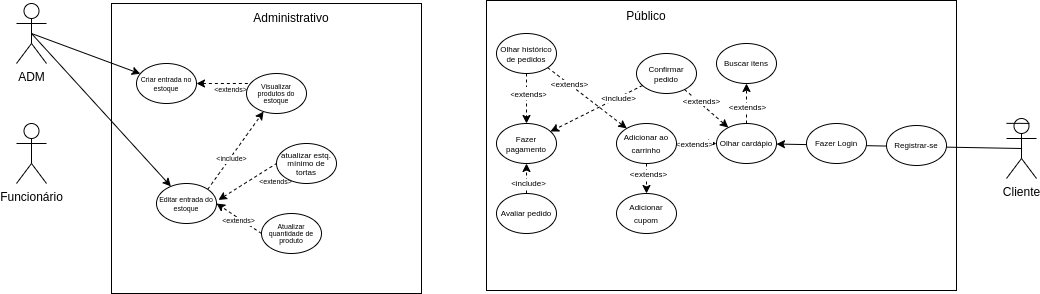
Earlier version of the draw.io export UC_d.drawio.png (FreelyTian/docs). Source tidied: cells renumbered, new cells last; positions are measured from the earlier drawing's top-left corner, leaving out a move shared by most shapes.
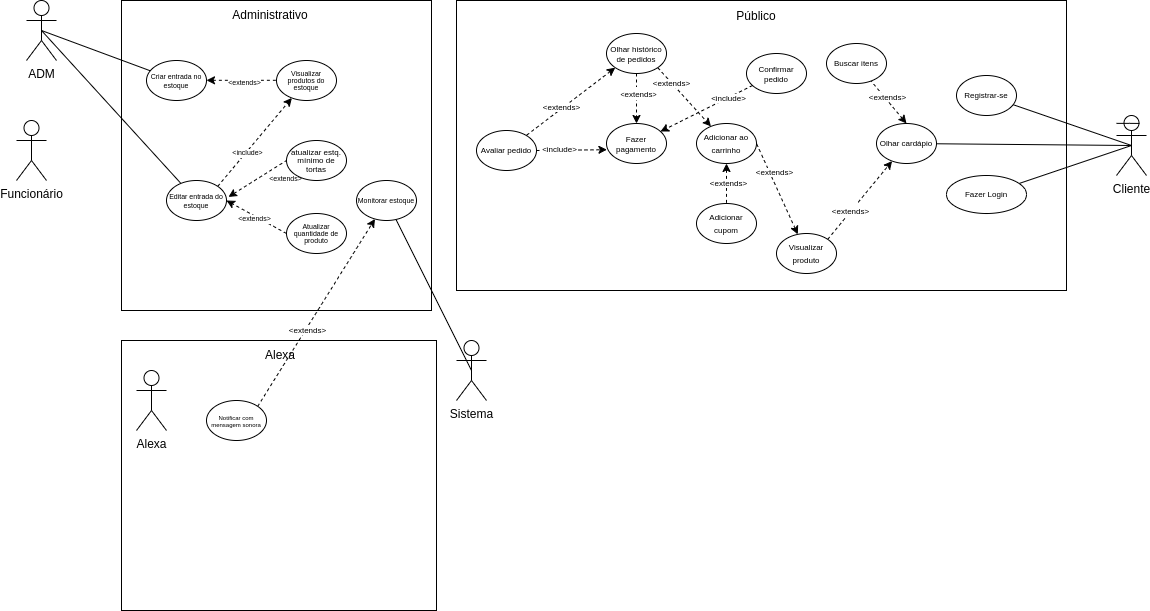
The same diagram one commit later.

The edit, as a diff of the source:
```diff
@@ -3,40 +3,47 @@
     <mxCell id="0" />
     <mxCell id="1" parent="0" />
     <mxCell id="2" style="rounded=0;whiteSpace=wrap;html=1;" parent="1" vertex="1">
-      <mxGeometry x="470" width="470" height="290" as="geometry" />
+      <mxGeometry x="430" y="3" width="610" height="290" as="geometry" />
     </mxCell>
     <mxCell id="3" style="rounded=0;whiteSpace=wrap;html=1;" parent="1" vertex="1">
-      <mxGeometry x="95" y="3" width="310" height="290" as="geometry" />
+      <mxGeometry x="95" y="3" width="310" height="310" as="geometry" />
     </mxCell>
-    <mxCell id="4" style="edgeStyle=none;rounded=0;jettySize=auto;html=1;exitX=0.5;exitY=0.5;exitDx=0;exitDy=0;exitPerimeter=0;fontSize=9;" parent="1" edge="1" source="6" target="15">
+    <mxCell id="4" style="edgeStyle=none;rounded=0;jettySize=auto;html=1;exitX=0.5;exitY=0.5;exitDx=0;exitDy=0;exitPerimeter=0;fontSize=9;endArrow=none;endFill=0;" parent="1" edge="1" source="6" target="15">
       <mxGeometry relative="1" as="geometry" />
     </mxCell>
-    <mxCell id="5" style="edgeStyle=none;rounded=0;jettySize=auto;html=1;exitX=0.5;exitY=0.5;exitDx=0;exitDy=0;exitPerimeter=0;fontSize=7;startArrow=none;startFill=0;endArrow=classic;endFill=1;" parent="1" edge="1" source="6" target="40">
+    <mxCell id="5" style="edgeStyle=none;rounded=0;jettySize=auto;html=1;exitX=0.5;exitY=0.5;exitDx=0;exitDy=0;exitPerimeter=0;fontSize=7;startArrow=none;startFill=0;endArrow=none;endFill=0;" parent="1" edge="1" source="6" target="40">
       <mxGeometry relative="1" as="geometry" />
     </mxCell>
     <mxCell id="6" value="ADM" style="shape=umlActor;verticalLabelPosition=bottom;verticalAlign=top;html=1;outlineConnect=0;" parent="1" vertex="1">
       <mxGeometry y="3" width="30" height="60" as="geometry" />
     </mxCell>
     <mxCell id="7" value="Funcionário" style="shape=umlActor;verticalLabelPosition=bottom;verticalAlign=top;html=1;" parent="1" vertex="1">
-      <mxGeometry y="123" width="30" height="60" as="geometry" />
+      <mxGeometry x="-10" y="123" width="30" height="60" as="geometry" />
     </mxCell>
-    <mxCell id="8" style="edgeStyle=none;rounded=0;jettySize=auto;html=1;exitX=0.5;exitY=0.5;exitDx=0;exitDy=0;exitPerimeter=0;fontSize=8;startArrow=none;startFill=0;endArrow=classic;endFill=1;" parent="1" edge="1" source="9" target="22">
+    <mxCell id="8" style="edgeStyle=none;rounded=0;jettySize=auto;html=1;exitX=0.5;exitY=0.5;exitDx=0;exitDy=0;exitPerimeter=0;fontSize=8;startArrow=none;startFill=0;endArrow=none;endFill=0;" parent="1" edge="1" source="9" target="22">
       <mxGeometry relative="1" as="geometry" />
     </mxCell>
+    <mxCell id="51" style="rounded=0;jettySize=auto;html=1;exitX=0.5;exitY=0.5;exitDx=0;exitDy=0;exitPerimeter=0;endArrow=none;endFill=0;" parent="1" edge="1" source="9" target="49">
+      <mxGeometry relative="1" as="geometry" />
+    </mxCell>
+    <mxCell id="52" style="edgeStyle=none;rounded=0;jettySize=auto;html=1;exitX=0.5;exitY=0.5;exitDx=0;exitDy=0;exitPerimeter=0;endArrow=none;endFill=0;" parent="1" edge="1" source="9" target="50">
+      <mxGeometry relative="1" as="geometry" />
+    </mxCell>
     <mxCell id="9" value="Cliente&lt;br&gt;" style="shape=umlActor;verticalLabelPosition=bottom;verticalAlign=top;html=1;outlineConnect=0;" parent="1" vertex="1">
-      <mxGeometry x="990" y="118" width="30" height="60" as="geometry" />
+      <mxGeometry x="1090" y="118" width="30" height="60" as="geometry" />
     </mxCell>
     <mxCell id="10" value="Administrativo" style="text;html=1;strokeColor=none;fillColor=none;align=center;verticalAlign=middle;whiteSpace=wrap;rounded=0;" parent="1" vertex="1">
-      <mxGeometry x="245" y="3" width="60" height="30" as="geometry" />
+      <mxGeometry x="214" y="3" width="60" height="30" as="geometry" />
     </mxCell>
-    <mxCell id="11" style="edgeStyle=none;rounded=0;jettySize=auto;html=1;dashed=1;fontSize=9;startArrow=classic;startFill=1;endArrow=none;endFill=0;" parent="1" edge="1" source="15">
+    <mxCell id="11" style="edgeStyle=none;rounded=0;orthogonalLoop=1;jettySize=auto;html=1;dashed=1;fontSize=9;startArrow=classic;startFill=1;endArrow=none;endFill=0;entryX=0;entryY=0.5;entryDx=0;entryDy=0;" parent="1" edge="1">
       <mxGeometry relative="1" as="geometry">
-        <mxPoint x="240" y="83" as="targetPoint" />
+        <mxPoint x="180" y="82.8" as="sourcePoint" />
+        <mxPoint x="250" y="82.8" as="targetPoint" />
       </mxGeometry>
     </mxCell>
     <mxCell id="12" value="&lt;font style=&quot;font-size: 7px;&quot;&gt;&amp;lt;extends&amp;gt;&lt;/font&gt;" style="edgeLabel;html=1;align=center;verticalAlign=middle;fontSize=9;" parent="11" vertex="1">
       <mxGeometry x="-0.28" relative="1" as="geometry">
-        <mxPoint x="12" y="5" as="offset" />
+        <mxPoint x="12" y="2" as="offset" />
       </mxGeometry>
     </mxCell>
     <mxCell id="13" style="rounded=0;jettySize=auto;html=1;fontSize=9;dashed=1;startArrow=classic;startFill=1;endArrow=none;endFill=0;entryX=0;entryY=0.5;entryDx=0;entryDy=0;exitX=1.033;exitY=0.411;exitDx=0;exitDy=0;exitPerimeter=0;" parent="1" edge="1" source="40" target="17">
@@ -51,12 +58,12 @@
       <mxGeometry x="120" y="63" width="60" height="40" as="geometry" />
     </mxCell>
     <mxCell id="16" value="&lt;p style=&quot;line-height: 40%;&quot;&gt;&lt;font style=&quot;font-size: 7px;&quot;&gt;Visualizar produtos do estoque&lt;/font&gt;&lt;/p&gt;" style="ellipse;whiteSpace=wrap;html=1;" parent="1" vertex="1">
-      <mxGeometry x="230" y="73" width="60" height="40" as="geometry" />
+      <mxGeometry x="250" y="63" width="60" height="40" as="geometry" />
     </mxCell>
     <mxCell id="17" value="&lt;p style=&quot;line-height: 60%;&quot;&gt;&lt;span style=&quot;font-size: 8px;&quot;&gt;atualizar estq. mínimo de tortas&lt;/span&gt;&lt;/p&gt;" style="ellipse;whiteSpace=wrap;html=1;" parent="1" vertex="1">
       <mxGeometry x="260" y="143" width="60" height="40" as="geometry" />
     </mxCell>
-    <mxCell id="18" style="rounded=0;jettySize=auto;html=1;exitX=0;exitY=0.5;exitDx=0;exitDy=0;entryX=1;entryY=0.5;entryDx=0;entryDy=0;dashed=1;fontSize=8;endArrow=none;endFill=0;startArrow=classic;startFill=1;" parent="1" edge="1" source="22" target="32">
+    <mxCell id="18" style="rounded=0;jettySize=auto;html=1;entryX=1;entryY=0.5;entryDx=0;entryDy=0;dashed=1;fontSize=8;endArrow=none;endFill=0;startArrow=classic;startFill=1;" parent="1" edge="1" source="56" target="32">
       <mxGeometry relative="1" as="geometry" />
     </mxCell>
     <mxCell id="19" value="&amp;lt;extends&amp;gt;" style="edgeLabel;html=1;align=center;verticalAlign=middle;fontSize=8;" parent="18" vertex="1">
@@ -64,25 +71,17 @@
         <mxPoint x="4" as="offset" />
       </mxGeometry>
     </mxCell>
-    <mxCell id="20" style="edgeStyle=none;rounded=0;jettySize=auto;html=1;exitX=0.5;exitY=0;exitDx=0;exitDy=0;dashed=1;fontSize=8;startArrow=none;startFill=0;endArrow=classic;endFill=1;" parent="1" edge="1" source="22" target="45">
+    <mxCell id="20" style="edgeStyle=none;rounded=0;jettySize=auto;html=1;exitX=0.5;exitY=0;exitDx=0;exitDy=0;dashed=1;fontSize=8;startArrow=classic;startFill=1;endArrow=none;endFill=0;" parent="1" edge="1" source="22" target="45">
       <mxGeometry relative="1" as="geometry" />
     </mxCell>
     <mxCell id="21" value="&amp;lt;extends&amp;gt;" style="edgeLabel;html=1;align=center;verticalAlign=middle;fontSize=8;" parent="20" vertex="1">
       <mxGeometry x="-0.26" relative="1" as="geometry">
-        <mxPoint y="-2" as="offset" />
+        <mxPoint x="-7" y="-11" as="offset" />
       </mxGeometry>
     </mxCell>
     <mxCell id="22" value="&lt;p style=&quot;line-height: 90%;&quot;&gt;&lt;span style=&quot;font-size: 8px;&quot;&gt;Olhar cardápio&lt;/span&gt;&lt;/p&gt;" style="ellipse;whiteSpace=wrap;html=1;" parent="1" vertex="1">
-      <mxGeometry x="700" y="123" width="60" height="40" as="geometry" />
+      <mxGeometry x="850" y="126" width="60" height="40" as="geometry" />
     </mxCell>
-    <mxCell id="23" style="rounded=0;jettySize=auto;html=1;fontSize=8;dashed=1;" parent="1" edge="1" source="27" target="22">
-      <mxGeometry relative="1" as="geometry" />
-    </mxCell>
-    <mxCell id="24" value="&amp;lt;extends&amp;gt;" style="edgeLabel;html=1;align=center;verticalAlign=middle;fontSize=8;" parent="23" vertex="1">
-      <mxGeometry x="-0.32" y="1" relative="1" as="geometry">
-        <mxPoint x="1" y="-1" as="offset" />
-      </mxGeometry>
-    </mxCell>
     <mxCell id="25" style="edgeStyle=none;rounded=0;jettySize=auto;html=1;dashed=1;fontSize=8;" parent="1" edge="1" source="27" target="28">
       <mxGeometry relative="1" as="geometry" />
     </mxCell>
@@ -92,30 +91,30 @@
       </mxGeometry>
     </mxCell>
     <mxCell id="27" value="&lt;p style=&quot;line-height: 75%;&quot;&gt;&lt;font style=&quot;font-size: 8px;&quot;&gt;Confirmar pedido&lt;/font&gt;&lt;/p&gt;" style="ellipse;whiteSpace=wrap;html=1;" parent="1" vertex="1">
-      <mxGeometry x="620" y="53" width="60" height="40" as="geometry" />
+      <mxGeometry x="720" y="56" width="60" height="40" as="geometry" />
     </mxCell>
     <mxCell id="28" value="&lt;p style=&quot;line-height: 75%;&quot;&gt;&lt;span style=&quot;font-size: 8px;&quot;&gt;Fazer pagamento&lt;/span&gt;&lt;/p&gt;" style="ellipse;whiteSpace=wrap;html=1;align=center;verticalAlign=middle;" parent="1" vertex="1">
-      <mxGeometry x="480" y="123" width="60" height="40" as="geometry" />
+      <mxGeometry x="580" y="126" width="60" height="40" as="geometry" />
     </mxCell>
     <mxCell id="29" style="endArrow=none;html=1;rounded=0;fontSize=8;" parent="1" edge="1">
       <mxGeometry relative="1" as="geometry">
-        <mxPoint x="990" y="122.9" as="sourcePoint" />
-        <mxPoint x="1013" y="122.9" as="targetPoint" />
+        <mxPoint x="1090" y="125.9" as="sourcePoint" />
+        <mxPoint x="1113" y="125.9" as="targetPoint" />
         <Array as="points">
-          <mxPoint x="1003" y="122.9" />
+          <mxPoint x="1103" y="125.9" />
         </Array>
       </mxGeometry>
     </mxCell>
-    <mxCell id="30" style="edgeStyle=none;rounded=0;jettySize=auto;html=1;exitX=0.5;exitY=1;exitDx=0;exitDy=0;dashed=1;fontSize=8;startArrow=none;startFill=0;endArrow=classic;endFill=1;" parent="1" edge="1" source="32" target="44">
+    <mxCell id="30" style="edgeStyle=none;rounded=0;jettySize=auto;html=1;exitX=0.5;exitY=1;exitDx=0;exitDy=0;dashed=1;fontSize=8;startArrow=classic;startFill=1;endArrow=none;endFill=0;" parent="1" edge="1" source="32" target="44">
       <mxGeometry relative="1" as="geometry" />
     </mxCell>
     <mxCell id="31" value="&amp;lt;extends&amp;gt;" style="edgeLabel;html=1;align=center;verticalAlign=middle;fontSize=8;" parent="30" vertex="1">
       <mxGeometry x="-0.53" y="1" relative="1" as="geometry">
-        <mxPoint y="3" as="offset" />
+        <mxPoint y="10" as="offset" />
       </mxGeometry>
     </mxCell>
     <mxCell id="32" value="&lt;p style=&quot;line-height: 90%;&quot;&gt;&lt;span style=&quot;font-size: 8px;&quot;&gt;Adicionar ao carrinho&lt;/span&gt;&lt;/p&gt;" style="ellipse;whiteSpace=wrap;html=1;" parent="1" vertex="1">
-      <mxGeometry x="600" y="123" width="60" height="40" as="geometry" />
+      <mxGeometry x="670" y="126" width="60" height="40" as="geometry" />
     </mxCell>
     <mxCell id="33" value="&amp;lt;extends&amp;gt;" style="edgeStyle=none;rounded=0;jettySize=auto;html=1;exitX=1;exitY=1;exitDx=0;exitDy=0;dashed=1;fontSize=8;startArrow=none;startFill=0;endArrow=classic;endFill=1;" parent="1" edge="1" source="36" target="32">
       <mxGeometry x="-0.47" relative="1" as="geometry" />
@@ -126,11 +125,17 @@
     <mxCell id="35" value="&lt;font style=&quot;font-size: 7px;&quot;&gt;&amp;lt;&lt;/font&gt;&lt;font style=&quot;font-size: 8px;&quot;&gt;extends&lt;/font&gt;&lt;font style=&quot;font-size: 7px;&quot;&gt;&amp;gt;&lt;/font&gt;" style="edgeLabel;html=1;align=center;verticalAlign=middle;" parent="34" vertex="1">
       <mxGeometry x="-0.25" y="1" relative="1" as="geometry" />
     </mxCell>
+    <mxCell id="53" style="edgeStyle=none;rounded=0;jettySize=auto;html=1;exitX=0;exitY=1;exitDx=0;exitDy=0;dashed=1;fontSize=8;startArrow=classic;startFill=1;endArrow=none;endFill=0;" parent="1" edge="1" source="36" target="48">
+      <mxGeometry relative="1" as="geometry" />
+    </mxCell>
+    <mxCell id="24" value="&amp;lt;extends&amp;gt;" style="edgeLabel;html=1;align=center;verticalAlign=middle;fontSize=8;" parent="53" vertex="1">
+      <mxGeometry x="0.2" y="-1" relative="1" as="geometry" />
+    </mxCell>
     <mxCell id="36" value="&lt;p style=&quot;line-height: 75%;&quot;&gt;&lt;span style=&quot;font-size: 8px;&quot;&gt;Olhar histórico de pedidos&lt;/span&gt;&lt;/p&gt;" style="ellipse;whiteSpace=wrap;html=1;" parent="1" vertex="1">
-      <mxGeometry x="480" y="33" width="60" height="40" as="geometry" />
+      <mxGeometry x="580" y="36" width="60" height="40" as="geometry" />
     </mxCell>
     <mxCell id="37" value="Público" style="text;html=1;strokeColor=none;fillColor=none;align=center;verticalAlign=middle;whiteSpace=wrap;rounded=0;" parent="1" vertex="1">
-      <mxGeometry x="600" y="1" width="60" height="30" as="geometry" />
+      <mxGeometry x="700" y="4" width="60" height="30" as="geometry" />
     </mxCell>
     <mxCell id="38" style="edgeStyle=none;rounded=0;jettySize=auto;html=1;exitX=1;exitY=0;exitDx=0;exitDy=0;fontSize=7;startArrow=none;startFill=0;endArrow=classic;endFill=1;dashed=1;" parent="1" edge="1" source="40" target="16">
       <mxGeometry relative="1" as="geometry" />
@@ -150,15 +155,15 @@
       </mxGeometry>
     </mxCell>
     <mxCell id="43" value="&lt;p style=&quot;line-height: 40%;&quot;&gt;&lt;font style=&quot;font-size: 7px;&quot;&gt;Atualizar quantidade de produto&lt;/font&gt;&lt;/p&gt;" style="ellipse;whiteSpace=wrap;html=1;" parent="1" vertex="1">
-      <mxGeometry x="245" y="213" width="60" height="40" as="geometry" />
+      <mxGeometry x="260" y="216" width="60" height="40" as="geometry" />
     </mxCell>
     <mxCell id="44" value="&lt;p style=&quot;line-height: 90%;&quot;&gt;&lt;span style=&quot;font-size: 8px;&quot;&gt;Adicionar cupom&lt;/span&gt;&lt;/p&gt;" style="ellipse;whiteSpace=wrap;html=1;" parent="1" vertex="1">
-      <mxGeometry x="600" y="193" width="60" height="40" as="geometry" />
+      <mxGeometry x="670" y="206" width="60" height="40" as="geometry" />
     </mxCell>
     <mxCell id="45" value="&lt;p style=&quot;line-height: 90%;&quot;&gt;&lt;span style=&quot;font-size: 8px;&quot;&gt;Buscar itens&lt;/span&gt;&lt;/p&gt;" style="ellipse;whiteSpace=wrap;html=1;" parent="1" vertex="1">
-      <mxGeometry x="700" y="43" width="60" height="40" as="geometry" />
+      <mxGeometry x="800" y="46" width="60" height="40" as="geometry" />
     </mxCell>
-    <mxCell id="46" style="edgeStyle=none;rounded=0;jettySize=auto;html=1;exitX=0.5;exitY=0;exitDx=0;exitDy=0;entryX=0.5;entryY=1;entryDx=0;entryDy=0;dashed=1;fontSize=8;startArrow=none;startFill=0;endArrow=classic;endFill=1;" parent="1" edge="1" source="48" target="28">
+    <mxCell id="46" style="edgeStyle=none;rounded=0;jettySize=auto;html=1;exitX=1;exitY=0.5;exitDx=0;exitDy=0;entryX=0.007;entryY=0.655;entryDx=0;entryDy=0;dashed=1;fontSize=8;startArrow=none;startFill=0;endArrow=classic;endFill=1;entryPerimeter=0;" parent="1" edge="1" source="48" target="28">
       <mxGeometry relative="1" as="geometry" />
     </mxCell>
     <mxCell id="47" value="&amp;lt;include&amp;gt;" style="edgeLabel;html=1;align=center;verticalAlign=middle;fontSize=8;" parent="46" vertex="1">
@@ -167,13 +172,51 @@
       </mxGeometry>
     </mxCell>
     <mxCell id="48" value="&lt;p style=&quot;line-height: 90%;&quot;&gt;&lt;span style=&quot;font-size: 8px;&quot;&gt;Avaliar pedido&lt;/span&gt;&lt;/p&gt;" style="ellipse;whiteSpace=wrap;html=1;" parent="1" vertex="1">
-      <mxGeometry x="480" y="193" width="60" height="40" as="geometry" />
+      <mxGeometry x="450" y="133" width="60" height="40" as="geometry" />
     </mxCell>
     <mxCell id="49" value="&lt;p style=&quot;line-height: 90%;&quot;&gt;&lt;span style=&quot;font-size: 8px;&quot;&gt;Registrar-se&lt;/span&gt;&lt;/p&gt;" style="ellipse;whiteSpace=wrap;html=1;" parent="1" vertex="1">
-      <mxGeometry x="870" y="125" width="60" height="40" as="geometry" />
+      <mxGeometry x="930" y="78" width="60" height="40" as="geometry" />
     </mxCell>
     <mxCell id="50" value="&lt;p style=&quot;line-height: 90%;&quot;&gt;&lt;span style=&quot;font-size: 8px;&quot;&gt;Fazer Login&lt;/span&gt;&lt;/p&gt;" style="ellipse;whiteSpace=wrap;html=1;" parent="1" vertex="1">
-      <mxGeometry x="790" y="123" width="60" height="40" as="geometry" />
+      <mxGeometry x="920" y="178" width="80" height="38" as="geometry" />
     </mxCell>
+    <mxCell id="54" style="edgeStyle=none;rounded=0;jettySize=auto;html=1;exitX=1;exitY=0;exitDx=0;exitDy=0;startArrow=none;startFill=0;endArrow=classic;endFill=1;dashed=1;" parent="1" edge="1" source="56" target="22">
+      <mxGeometry relative="1" as="geometry" />
+    </mxCell>
+    <mxCell id="55" value="&lt;font style=&quot;font-size: 8px;&quot;&gt;&amp;lt;extends&amp;gt;&lt;/font&gt;" style="edgeLabel;html=1;align=center;verticalAlign=middle;" parent="54" vertex="1">
+      <mxGeometry x="-0.36" y="-1" relative="1" as="geometry">
+        <mxPoint x="1" y="-5" as="offset" />
+      </mxGeometry>
+    </mxCell>
+    <mxCell id="56" value="&lt;p style=&quot;line-height: 90%;&quot;&gt;&lt;span style=&quot;font-size: 8px;&quot;&gt;Visualizar produto&lt;/span&gt;&lt;/p&gt;" style="ellipse;whiteSpace=wrap;html=1;" parent="1" vertex="1">
+      <mxGeometry x="750" y="236" width="60" height="40" as="geometry" />
+    </mxCell>
+    <mxCell id="57" style="rounded=0;whiteSpace=wrap;html=1;fontSize=8;" parent="1" vertex="1">
+      <mxGeometry x="95" y="343" width="315" height="270" as="geometry" />
+    </mxCell>
+    <mxCell id="58" value="Alexa" style="text;html=1;strokeColor=none;fillColor=none;align=center;verticalAlign=middle;whiteSpace=wrap;rounded=0;" parent="1" vertex="1">
+      <mxGeometry x="224" y="343" width="60" height="30" as="geometry" />
+    </mxCell>
+    <mxCell id="59" value="Alexa" style="shape=umlActor;verticalLabelPosition=bottom;verticalAlign=top;html=1;" parent="1" vertex="1">
+      <mxGeometry x="110" y="373" width="30" height="60" as="geometry" />
+    </mxCell>
+    <mxCell id="60" style="edgeStyle=none;rounded=0;jettySize=auto;html=1;exitX=1;exitY=0;exitDx=0;exitDy=0;fontSize=6;startArrow=none;startFill=0;endArrow=classic;endFill=1;dashed=1;" parent="1" edge="1" source="62" target="65">
+      <mxGeometry relative="1" as="geometry" />
+    </mxCell>
+    <mxCell id="61" value="&lt;font style=&quot;font-size: 8px;&quot;&gt;&amp;lt;extends&amp;gt;&lt;/font&gt;" style="edgeLabel;html=1;align=center;verticalAlign=middle;fontSize=6;" parent="60" vertex="1">
+      <mxGeometry x="-0.17" y="-1" relative="1" as="geometry" />
+    </mxCell>
+    <mxCell id="62" value="&lt;p style=&quot;line-height: 40%;&quot;&gt;&lt;font style=&quot;font-size: 6px;&quot;&gt;Notificar com mensagem sonora&lt;/font&gt;&lt;/p&gt;" style="ellipse;whiteSpace=wrap;html=1;" parent="1" vertex="1">
+      <mxGeometry x="180" y="403" width="60" height="40" as="geometry" />
+    </mxCell>
+    <mxCell id="63" style="edgeStyle=none;rounded=0;jettySize=auto;html=1;exitX=0.5;exitY=0.5;exitDx=0;exitDy=0;exitPerimeter=0;fontSize=6;startArrow=none;startFill=0;endArrow=none;endFill=0;" parent="1" edge="1" source="64" target="65">
+      <mxGeometry relative="1" as="geometry" />
+    </mxCell>
+    <mxCell id="64" value="Sistema" style="shape=umlActor;verticalLabelPosition=bottom;verticalAlign=top;html=1;outlineConnect=0;" parent="1" vertex="1">
+      <mxGeometry x="430" y="343" width="30" height="60" as="geometry" />
+    </mxCell>
+    <mxCell id="65" value="&lt;p style=&quot;line-height: 40%;&quot;&gt;&lt;font style=&quot;font-size: 7px;&quot;&gt;Monitorar estoque&lt;/font&gt;&lt;/p&gt;" style="ellipse;whiteSpace=wrap;html=1;" parent="1" vertex="1">
+      <mxGeometry x="330" y="183" width="60" height="40" as="geometry" />
+    </mxCell>
   </root>
 </mxGraphModel>
```
